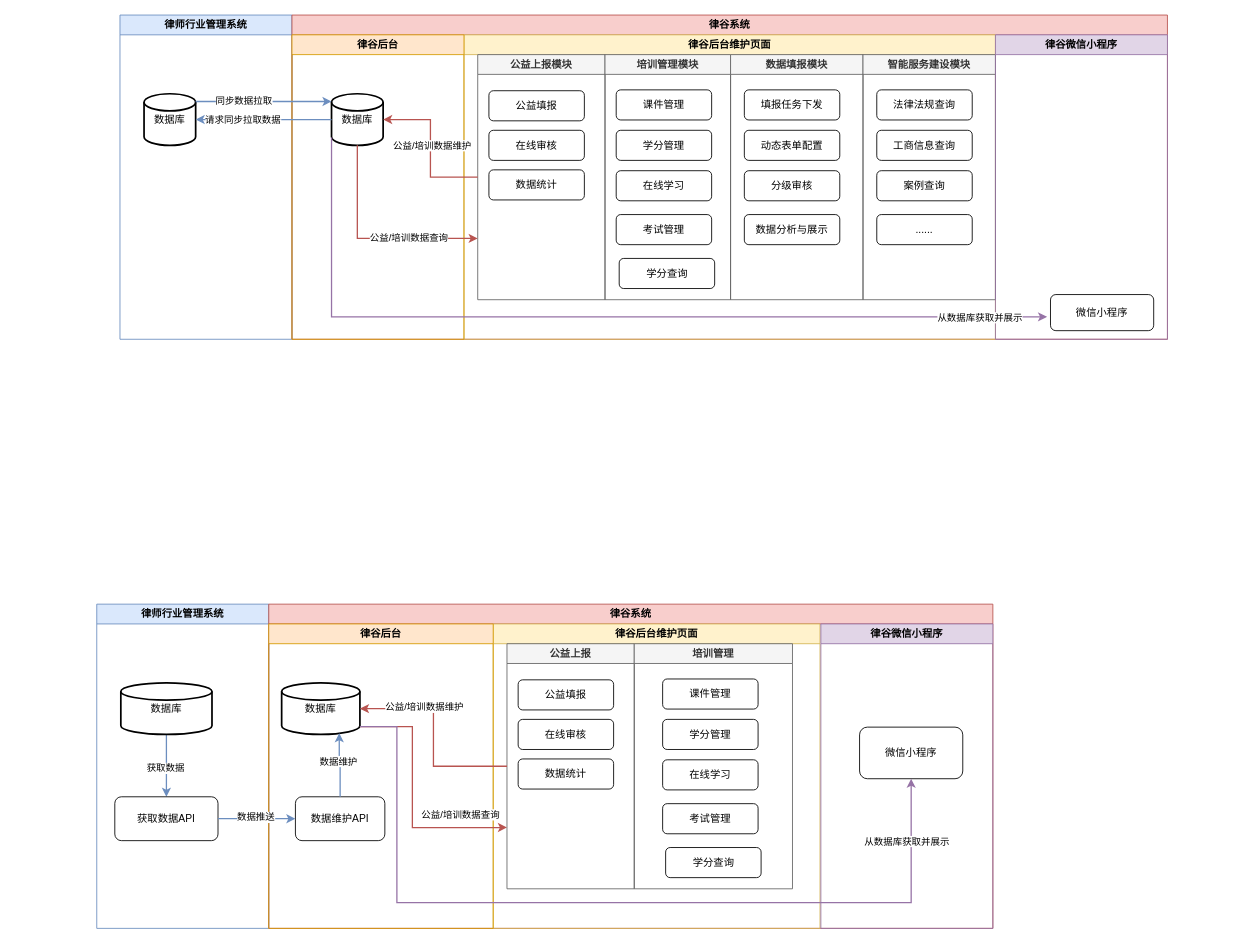
hy986/Repo_0110 keeps this draw.io diagram as 未命名绘图.drawio. Above is the earlier version. Source tidied: cells renumbered, new cells numbered last; positions are measured from the earlier drawing's top-left corner, leaving out a move shared by most shapes. Both pictures are drawn from the tidied source at 86%, with x=0, y=0 at pixel (96, 15).
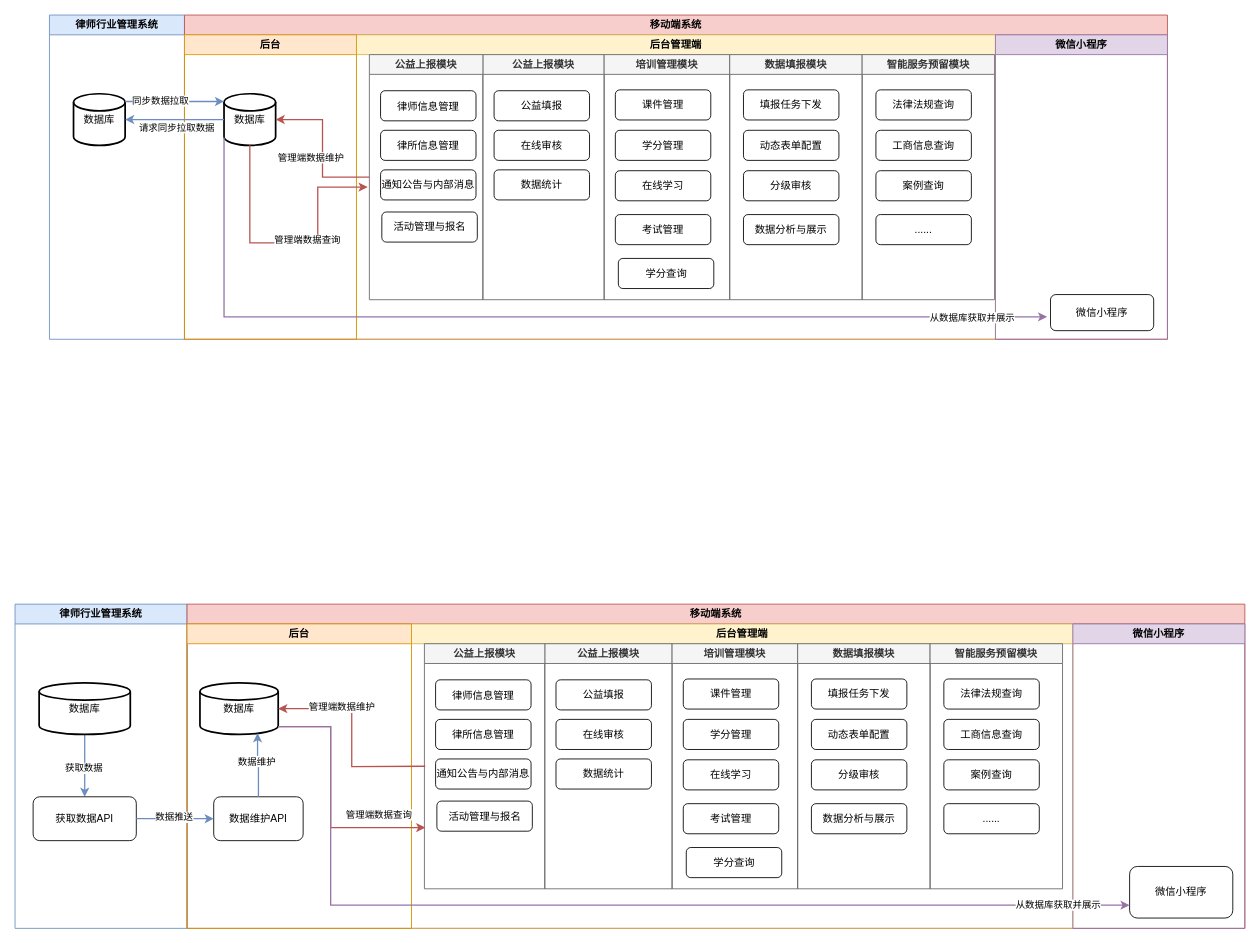
The same page after the edit.

Commit message:
更新未命名绘图.drawio

Unchanged cells that the change refers to:
```xml
<mxCell id="27" value="数据库" style="strokeWidth=2;html=1;shape=mxgraph.flowchart.database;whiteSpace=wrap;" parent="26" vertex="1">
  <mxGeometry x="46" y="68.5" width="60" height="60" as="geometry" />
</mxCell>
<mxCell id="36" style="edgeStyle=orthogonalEdgeStyle;rounded=0;jettySize=auto;html=1;exitX=0;exitY=0.5;exitDx=0;exitDy=0;exitPerimeter=0;strokeWidth=1.5;fillColor=#dae8fc;strokeColor=#6c8ebf;" parent="1" edge="1" source="27" target="3">
  <mxGeometry relative="1" as="geometry" />
</mxCell>
<mxCell id="58" value="数据库" style="strokeWidth=2;html=1;shape=mxgraph.flowchart.database;whiteSpace=wrap;" parent="57" vertex="1">
  <mxGeometry x="15" y="68.5" width="91" height="60" as="geometry" />
</mxCell>
```

The edit, as a diff of the source:
```diff
@@
     <mxCell id="2" value="律师行业管理系统" style="swimlane;whiteSpace=wrap;html=1;fillColor=#dae8fc;strokeColor=#6c8ebf;" parent="1" vertex="1">
-      <mxGeometry x="27" width="200" height="377" as="geometry" />
+      <mxGeometry x="-55" width="157" height="377" as="geometry" />
     </mxCell>
@@
-    <mxCell id="4" value="律谷系统" style="swimlane;whiteSpace=wrap;html=1;fillColor=#f8cecc;strokeColor=#b85450;" parent="1" vertex="1">
-      <mxGeometry x="227" width="1018" height="377" as="geometry" />
+    <mxCell id="4" value="移动端系统" style="swimlane;whiteSpace=wrap;html=1;fillColor=#f8cecc;strokeColor=#b85450;startSize=23;" parent="1" vertex="1">
+      <mxGeometry x="102" width="1143" height="377" as="geometry" />
     </mxCell>
-    <mxCell id="5" value="律谷后台维护页面" style="swimlane;whiteSpace=wrap;html=1;fillColor=#fff2cc;strokeColor=#d6b656;" parent="4" vertex="1">
-      <mxGeometry x="200" y="23" width="618" height="354" as="geometry" />
+    <mxCell id="5" value="后台管理端" style="swimlane;whiteSpace=wrap;html=1;fillColor=#fff2cc;strokeColor=#d6b656;" parent="4" vertex="1">
+      <mxGeometry x="200" y="23" width="743" height="354" as="geometry" />
     </mxCell>
     <mxCell id="6" value="公益上报模块" style="swimlane;whiteSpace=wrap;html=1;fillColor=#f5f5f5;fontColor=#333333;strokeColor=#666666;" parent="5" vertex="1">
-      <mxGeometry x="16" y="23" width="148" height="285" as="geometry" />
+      <mxGeometry x="147" y="23" width="141" height="285" as="geometry" />
     </mxCell>
@@
     <mxCell id="10" value="培训管理模块" style="swimlane;whiteSpace=wrap;html=1;fillColor=#f5f5f5;fontColor=#333333;strokeColor=#666666;" parent="5" vertex="1">
-      <mxGeometry x="164" y="23" width="146" height="285" as="geometry" />
+      <mxGeometry x="288" y="23" width="146" height="285" as="geometry" />
     </mxCell>
@@
     <mxCell id="16" value="数据填报模块" style="swimlane;whiteSpace=wrap;html=1;fillColor=#f5f5f5;fontColor=#333333;strokeColor=#666666;" parent="5" vertex="1">
-      <mxGeometry x="310" y="23" width="154" height="285" as="geometry" />
+      <mxGeometry x="434" y="23" width="154" height="285" as="geometry" />
     </mxCell>
@@
-    <mxCell id="21" value="智能服务建设模块" style="swimlane;whiteSpace=wrap;html=1;fillColor=#f5f5f5;fontColor=#333333;strokeColor=#666666;" parent="5" vertex="1">
-      <mxGeometry x="464" y="23" width="154" height="285" as="geometry" />
+    <mxCell id="21" value="智能服务预留模块" style="swimlane;whiteSpace=wrap;html=1;fillColor=#f5f5f5;fontColor=#333333;strokeColor=#666666;" parent="5" vertex="1">
+      <mxGeometry x="588" y="23" width="154" height="285" as="geometry" />
     </mxCell>
@@
+    <mxCell id="72" value="公益上报模块" style="swimlane;whiteSpace=wrap;html=1;fillColor=#f5f5f5;fontColor=#333333;strokeColor=#666666;" parent="5" vertex="1">
+      <mxGeometry x="15" y="23" width="132" height="285" as="geometry" />
+    </mxCell>
+    <mxCell id="73" value="&lt;div style=&quot;font-size: medium; text-align: start;&quot;&gt;&lt;/div&gt;&lt;div class=&quot;document&quot; style=&quot;text-align: start;&quot;&gt;&lt;div class=&quot;section&quot; style=&quot;&quot;&gt;&lt;p class=&quot;paragraph text-align-type-justify MsoNormal&quot; style=&quot;margin: 3pt 0pt; text-align: justify; font-family: 等线;&quot;&gt;&lt;span style=&quot;font-family: 微软雅黑; letter-spacing: 0pt; vertical-align: baseline;&quot;&gt;&lt;font&gt;律师信息管理&lt;/font&gt;&lt;/span&gt;&lt;font color=&quot;rgba(0, 0, 0, 0)&quot;&gt;&lt;span lang=&quot;EN-US&quot; style=&quot;font-family: 微软雅黑; color: rgb(51, 51, 51); vertical-align: baseline; font-size: 11pt; letter-spacing: 0pt;&quot;&gt;&lt;/span&gt;&lt;/font&gt;&lt;/p&gt;&lt;/div&gt;&lt;/div&gt;" style="rounded=1;whiteSpace=wrap;html=1;" parent="72" vertex="1">
+      <mxGeometry x="13" y="42" width="111" height="35" as="geometry" />
+    </mxCell>
+    <mxCell id="74" value="律所信息管理" style="rounded=1;whiteSpace=wrap;html=1;" parent="72" vertex="1">
+      <mxGeometry x="13" y="88" width="111" height="35" as="geometry" />
+    </mxCell>
+    <mxCell id="75" value="通知公告与内部消息" style="rounded=1;whiteSpace=wrap;html=1;" parent="72" vertex="1">
+      <mxGeometry x="13" y="134" width="111" height="35" as="geometry" />
+    </mxCell>
+    <mxCell id="76" value="活动管理与报名" style="rounded=1;whiteSpace=wrap;html=1;" parent="72" vertex="1">
+      <mxGeometry x="14.5" y="183" width="111" height="35" as="geometry" />
+    </mxCell>
-    <mxCell id="26" value="律谷后台" style="swimlane;whiteSpace=wrap;html=1;fillColor=#ffe6cc;strokeColor=#d79b00;" parent="4" vertex="1">
+    <mxCell id="26" value="后台" style="swimlane;whiteSpace=wrap;html=1;fillColor=#ffe6cc;strokeColor=#d79b00;" parent="4" vertex="1">
       <mxGeometry y="23" width="200" height="354" as="geometry" />
     </mxCell>
@@
+    <mxCell id="32" style="edgeStyle=orthogonalEdgeStyle;rounded=0;jettySize=auto;html=1;exitX=0.5;exitY=1;exitDx=0;exitDy=0;exitPerimeter=0;strokeWidth=1.5;fillColor=#f8cecc;strokeColor=#b85450;" parent="26" edge="1" source="27">
+      <mxGeometry relative="1" as="geometry">
+        <mxPoint x="213" y="177" as="targetPoint" />
+        <Array as="points">
+          <mxPoint x="76" y="242" />
+          <mxPoint x="155" y="242" />
+          <mxPoint x="155" y="177" />
+        </Array>
+      </mxGeometry>
+    </mxCell>
+    <mxCell id="33" value="管理端数据查询" style="edgeLabel;html=1;align=center;verticalAlign=middle;" parent="32" vertex="1">
+      <mxGeometry x="0.16" y="1" relative="1" as="geometry">
+        <mxPoint x="-3" y="-3" as="offset" />
+      </mxGeometry>
+    </mxCell>
-    <mxCell id="28" value="律谷微信小程序" style="swimlane;whiteSpace=wrap;html=1;fillColor=#e1d5e7;strokeColor=#9673a6;" parent="4" vertex="1">
-      <mxGeometry x="818" y="23" width="200" height="354" as="geometry" />
+    <mxCell id="28" value="微信小程序" style="swimlane;whiteSpace=wrap;html=1;fillColor=#e1d5e7;strokeColor=#9673a6;" parent="4" vertex="1">
+      <mxGeometry x="943" y="23" width="200" height="354" as="geometry" />
     </mxCell>
@@
-    <mxCell id="30" style="edgeStyle=orthogonalEdgeStyle;rounded=0;jettySize=auto;html=1;exitX=0;exitY=0.5;exitDx=0;exitDy=0;entryX=1;entryY=0.5;entryDx=0;entryDy=0;entryPerimeter=0;fillColor=#f8cecc;strokeColor=#b85450;strokeWidth=1.5;" parent="4" edge="1" source="6" target="27">
+    <mxCell id="30" style="edgeStyle=orthogonalEdgeStyle;rounded=0;jettySize=auto;html=1;exitX=0;exitY=0.5;exitDx=0;exitDy=0;entryX=1;entryY=0.5;entryDx=0;entryDy=0;entryPerimeter=0;fillColor=#f8cecc;strokeColor=#b85450;strokeWidth=1.5;" parent="4" edge="1" source="72" target="27">
       <mxGeometry relative="1" as="geometry" />
     </mxCell>
-    <mxCell id="31" value="公益/培训数据维护" style="edgeLabel;html=1;align=center;verticalAlign=middle;" parent="30" vertex="1">
+    <mxCell id="31" value="管理端数据维护" style="edgeLabel;html=1;align=center;verticalAlign=middle;" parent="30" vertex="1">
       <mxGeometry x="0.7" y="-4" relative="1" as="geometry">
-        <mxPoint x="29" y="34" as="offset" />
+        <mxPoint x="14" y="48" as="offset" />
       </mxGeometry>
     </mxCell>
-    <mxCell id="32" style="edgeStyle=orthogonalEdgeStyle;rounded=0;jettySize=auto;html=1;exitX=0.5;exitY=1;exitDx=0;exitDy=0;exitPerimeter=0;entryX=0;entryY=0.75;entryDx=0;entryDy=0;strokeWidth=1.5;fillColor=#f8cecc;strokeColor=#b85450;" parent="4" edge="1" source="27" target="6">
-      <mxGeometry relative="1" as="geometry" />
-    </mxCell>
-    <mxCell id="33" value="公益/培训数据查询" style="edgeLabel;html=1;align=center;verticalAlign=middle;" parent="32" vertex="1">
-      <mxGeometry x="0.16" y="1" relative="1" as="geometry">
-        <mxPoint x="24" as="offset" />
-      </mxGeometry>
-    </mxCell>
@@
     <mxCell id="37" value="请求同步拉取数据" style="edgeLabel;html=1;align=center;verticalAlign=middle;" parent="36" vertex="1">
-      <mxGeometry x="0.32" relative="1" as="geometry" />
+      <mxGeometry x="0.32" relative="1" as="geometry">
+        <mxPoint x="20" y="9" as="offset" />
+      </mxGeometry>
     </mxCell>
@@
     <mxCell id="40" value="律师行业管理系统" style="swimlane;whiteSpace=wrap;html=1;fillColor=#dae8fc;strokeColor=#6c8ebf;" parent="1" vertex="1">
-      <mxGeometry y="685" width="200" height="377" as="geometry" />
+      <mxGeometry x="-95" y="685" width="200" height="377" as="geometry" />
     </mxCell>
@@
-    <mxCell id="45" value="律谷系统" style="swimlane;whiteSpace=wrap;html=1;fillColor=#f8cecc;strokeColor=#b85450;" parent="1" vertex="1">
-      <mxGeometry x="200" y="685" width="842" height="377" as="geometry" />
+    <mxCell id="45" value="移动端系统" style="swimlane;whiteSpace=wrap;html=1;fillColor=#f8cecc;strokeColor=#b85450;" parent="1" vertex="1">
+      <mxGeometry x="105" y="685" width="1230" height="377" as="geometry" />
     </mxCell>
-    <mxCell id="46" value="律谷后台维护页面" style="swimlane;whiteSpace=wrap;html=1;fillColor=#fff2cc;strokeColor=#d6b656;" parent="45" vertex="1">
-      <mxGeometry x="261" y="23" width="380" height="354" as="geometry" />
+    <mxCell id="46" value="后台管理端" style="swimlane;whiteSpace=wrap;html=1;fillColor=#fff2cc;strokeColor=#d6b656;" parent="45" vertex="1">
+      <mxGeometry x="261" y="23" width="769" height="354" as="geometry" />
     </mxCell>
-    <mxCell id="47" value="公益上报" style="swimlane;whiteSpace=wrap;html=1;fillColor=#f5f5f5;fontColor=#333333;strokeColor=#666666;" parent="46" vertex="1">
-      <mxGeometry x="16" y="23" width="148" height="285" as="geometry" />
-    </mxCell>
+    <mxCell id="77" value="公益上报模块" style="swimlane;whiteSpace=wrap;html=1;fillColor=#f5f5f5;fontColor=#333333;strokeColor=#666666;" parent="46" vertex="1">
+      <mxGeometry x="155" y="23" width="148" height="285" as="geometry" />
+    </mxCell>
-    <mxCell id="48" value="公益填报" style="rounded=1;whiteSpace=wrap;html=1;" parent="47" vertex="1">
+    <mxCell id="48" value="公益填报" style="rounded=1;whiteSpace=wrap;html=1;" parent="77" vertex="1">
       <mxGeometry x="13" y="42" width="111" height="35" as="geometry" />
     </mxCell>
-    <mxCell id="49" value="在线审核" style="rounded=1;whiteSpace=wrap;html=1;" parent="47" vertex="1">
+    <mxCell id="49" value="在线审核" style="rounded=1;whiteSpace=wrap;html=1;" parent="77" vertex="1">
       <mxGeometry x="13" y="88" width="111" height="35" as="geometry" />
     </mxCell>
-    <mxCell id="50" value="数据统计" style="rounded=1;whiteSpace=wrap;html=1;" parent="47" vertex="1">
+    <mxCell id="50" value="数据统计" style="rounded=1;whiteSpace=wrap;html=1;" parent="77" vertex="1">
       <mxGeometry x="13" y="134" width="111" height="35" as="geometry" />
     </mxCell>
-    <mxCell id="51" value="培训管理" style="swimlane;whiteSpace=wrap;html=1;fillColor=#f5f5f5;fontColor=#333333;strokeColor=#666666;" parent="46" vertex="1">
-      <mxGeometry x="164" y="23" width="184" height="285" as="geometry" />
-    </mxCell>
+    <mxCell id="78" value="培训管理模块" style="swimlane;whiteSpace=wrap;html=1;fillColor=#f5f5f5;fontColor=#333333;strokeColor=#666666;" parent="46" vertex="1">
+      <mxGeometry x="303" y="23" width="146" height="285" as="geometry" />
+    </mxCell>
-    <mxCell id="52" value="课件管理" style="rounded=1;whiteSpace=wrap;html=1;" parent="51" vertex="1">
-      <mxGeometry x="33" y="41" width="111" height="35" as="geometry" />
+    <mxCell id="52" value="课件管理" style="rounded=1;whiteSpace=wrap;html=1;" parent="78" vertex="1">
+      <mxGeometry x="13" y="41" width="111" height="35" as="geometry" />
     </mxCell>
-    <mxCell id="53" value="学分管理" style="rounded=1;whiteSpace=wrap;html=1;" parent="51" vertex="1">
-      <mxGeometry x="33" y="88" width="111" height="35" as="geometry" />
+    <mxCell id="53" value="学分管理" style="rounded=1;whiteSpace=wrap;html=1;" parent="78" vertex="1">
+      <mxGeometry x="13" y="88" width="111" height="35" as="geometry" />
     </mxCell>
-    <mxCell id="54" value="在线学习" style="rounded=1;whiteSpace=wrap;html=1;" parent="51" vertex="1">
-      <mxGeometry x="33" y="135" width="111" height="35" as="geometry" />
+    <mxCell id="54" value="在线学习" style="rounded=1;whiteSpace=wrap;html=1;" parent="78" vertex="1">
+      <mxGeometry x="13" y="135" width="111" height="35" as="geometry" />
     </mxCell>
-    <mxCell id="55" value="考试管理" style="rounded=1;whiteSpace=wrap;html=1;" parent="51" vertex="1">
-      <mxGeometry x="33" y="186" width="111" height="35" as="geometry" />
+    <mxCell id="55" value="考试管理" style="rounded=1;whiteSpace=wrap;html=1;" parent="78" vertex="1">
+      <mxGeometry x="13" y="186" width="111" height="35" as="geometry" />
     </mxCell>
-    <mxCell id="56" value="学分查询" style="rounded=1;whiteSpace=wrap;html=1;" parent="51" vertex="1">
-      <mxGeometry x="36.5" y="237" width="111" height="35" as="geometry" />
+    <mxCell id="56" value="学分查询" style="rounded=1;whiteSpace=wrap;html=1;" parent="78" vertex="1">
+      <mxGeometry x="16.5" y="237" width="111" height="35" as="geometry" />
     </mxCell>
+    <mxCell id="79" value="数据填报模块" style="swimlane;whiteSpace=wrap;html=1;fillColor=#f5f5f5;fontColor=#333333;strokeColor=#666666;" parent="46" vertex="1">
+      <mxGeometry x="449" y="23" width="154" height="285" as="geometry" />
+    </mxCell>
+    <mxCell id="80" value="填报任务下发" style="rounded=1;whiteSpace=wrap;html=1;" parent="79" vertex="1">
+      <mxGeometry x="16" y="41" width="111" height="35" as="geometry" />
+    </mxCell>
+    <mxCell id="81" value="动态表单配置" style="rounded=1;whiteSpace=wrap;html=1;" parent="79" vertex="1">
+      <mxGeometry x="16" y="88" width="111" height="35" as="geometry" />
+    </mxCell>
+    <mxCell id="82" value="分级审核" style="rounded=1;whiteSpace=wrap;html=1;" parent="79" vertex="1">
+      <mxGeometry x="16" y="135" width="111" height="35" as="geometry" />
+    </mxCell>
+    <mxCell id="83" value="数据分析与展示" style="rounded=1;whiteSpace=wrap;html=1;" parent="79" vertex="1">
+      <mxGeometry x="16" y="186" width="111" height="35" as="geometry" />
+    </mxCell>
+    <mxCell id="84" value="智能服务预留模块" style="swimlane;whiteSpace=wrap;html=1;fillColor=#f5f5f5;fontColor=#333333;strokeColor=#666666;" parent="46" vertex="1">
+      <mxGeometry x="603" y="23" width="154" height="285" as="geometry" />
+    </mxCell>
+    <mxCell id="85" value="法律法规查询" style="rounded=1;whiteSpace=wrap;html=1;" parent="84" vertex="1">
+      <mxGeometry x="16" y="41" width="111" height="35" as="geometry" />
+    </mxCell>
+    <mxCell id="86" value="工商信息查询" style="rounded=1;whiteSpace=wrap;html=1;" parent="84" vertex="1">
+      <mxGeometry x="16" y="88" width="111" height="35" as="geometry" />
+    </mxCell>
+    <mxCell id="87" value="案例查询" style="rounded=1;whiteSpace=wrap;html=1;" parent="84" vertex="1">
+      <mxGeometry x="16" y="135" width="111" height="35" as="geometry" />
+    </mxCell>
+    <mxCell id="88" value="......" style="rounded=1;whiteSpace=wrap;html=1;" parent="84" vertex="1">
+      <mxGeometry x="16" y="186" width="111" height="35" as="geometry" />
+    </mxCell>
+    <mxCell id="89" value="公益上报模块" style="swimlane;whiteSpace=wrap;html=1;fillColor=#f5f5f5;fontColor=#333333;strokeColor=#666666;" parent="46" vertex="1">
+      <mxGeometry x="15" y="23" width="140" height="285" as="geometry" />
+    </mxCell>
+    <mxCell id="90" value="&lt;div style=&quot;font-size: medium; text-align: start;&quot;&gt;&lt;/div&gt;&lt;div class=&quot;document&quot; style=&quot;text-align: start;&quot;&gt;&lt;div class=&quot;section&quot; style=&quot;&quot;&gt;&lt;p class=&quot;paragraph text-align-type-justify MsoNormal&quot; style=&quot;margin: 3pt 0pt; text-align: justify; font-family: 等线;&quot;&gt;&lt;span style=&quot;font-family: 微软雅黑; letter-spacing: 0pt; vertical-align: baseline;&quot;&gt;&lt;font&gt;律师信息管理&lt;/font&gt;&lt;/span&gt;&lt;font color=&quot;rgba(0, 0, 0, 0)&quot;&gt;&lt;span lang=&quot;EN-US&quot; style=&quot;font-family: 微软雅黑; color: rgb(51, 51, 51); vertical-align: baseline; font-size: 11pt; letter-spacing: 0pt;&quot;&gt;&lt;/span&gt;&lt;/font&gt;&lt;/p&gt;&lt;/div&gt;&lt;/div&gt;" style="rounded=1;whiteSpace=wrap;html=1;" parent="89" vertex="1">
+      <mxGeometry x="13" y="42" width="111" height="35" as="geometry" />
+    </mxCell>
+    <mxCell id="91" value="律所信息管理" style="rounded=1;whiteSpace=wrap;html=1;" parent="89" vertex="1">
+      <mxGeometry x="13" y="88" width="111" height="35" as="geometry" />
+    </mxCell>
+    <mxCell id="92" value="通知公告与内部消息" style="rounded=1;whiteSpace=wrap;html=1;" parent="89" vertex="1">
+      <mxGeometry x="13" y="134" width="111" height="35" as="geometry" />
+    </mxCell>
+    <mxCell id="93" value="活动管理与报名" style="rounded=1;whiteSpace=wrap;html=1;" parent="89" vertex="1">
+      <mxGeometry x="14.5" y="183" width="111" height="35" as="geometry" />
+    </mxCell>
-    <mxCell id="57" value="律谷后台" style="swimlane;whiteSpace=wrap;html=1;fillColor=#ffe6cc;strokeColor=#d79b00;" parent="45" vertex="1">
+    <mxCell id="57" value="后台" style="swimlane;whiteSpace=wrap;html=1;fillColor=#ffe6cc;strokeColor=#d79b00;" parent="45" vertex="1">
       <mxGeometry y="23" width="261" height="354" as="geometry" />
     </mxCell>
@@
-    <mxCell id="62" value="律谷微信小程序" style="swimlane;whiteSpace=wrap;html=1;fillColor=#e1d5e7;strokeColor=#9673a6;" parent="45" vertex="1">
-      <mxGeometry x="642" y="23" width="200" height="354" as="geometry" />
+    <mxCell id="62" value="微信小程序" style="swimlane;whiteSpace=wrap;html=1;fillColor=#e1d5e7;strokeColor=#9673a6;" parent="45" vertex="1">
+      <mxGeometry x="1030" y="23" width="200" height="354" as="geometry" />
     </mxCell>
     <mxCell id="63" value="微信小程序" style="rounded=1;whiteSpace=wrap;html=1;" parent="62" vertex="1">
-      <mxGeometry x="45" y="120" width="120" height="60" as="geometry" />
+      <mxGeometry x="66" y="282" width="120" height="60" as="geometry" />
     </mxCell>
-    <mxCell id="64" style="edgeStyle=orthogonalEdgeStyle;rounded=0;jettySize=auto;html=1;exitX=0;exitY=0.5;exitDx=0;exitDy=0;entryX=1;entryY=0.5;entryDx=0;entryDy=0;entryPerimeter=0;fillColor=#f8cecc;strokeColor=#b85450;strokeWidth=1.5;" parent="45" edge="1" source="47" target="58">
-      <mxGeometry relative="1" as="geometry" />
+    <mxCell id="64" style="edgeStyle=orthogonalEdgeStyle;rounded=0;jettySize=auto;html=1;exitX=0;exitY=0.5;exitDx=0;exitDy=0;entryX=1;entryY=0.5;entryDx=0;entryDy=0;entryPerimeter=0;fillColor=#f8cecc;strokeColor=#b85450;strokeWidth=1.5;" parent="45" edge="1" target="58">
+      <mxGeometry relative="1" as="geometry">
+        <mxPoint x="277" y="188.5" as="sourcePoint" />
+      </mxGeometry>
     </mxCell>
-    <mxCell id="65" value="公益/培训数据维护" style="edgeLabel;html=1;align=center;verticalAlign=middle;" parent="64" vertex="1">
+    <mxCell id="65" value="管理端数据维护" style="edgeLabel;html=1;align=center;verticalAlign=middle;" parent="64" vertex="1">
       <mxGeometry x="0.7" y="-4" relative="1" as="geometry">
         <mxPoint x="38" y="2" as="offset" />
       </mxGeometry>
     </mxCell>
-    <mxCell id="66" style="edgeStyle=orthogonalEdgeStyle;rounded=0;jettySize=auto;html=1;exitX=1;exitY=0.85;exitDx=0;exitDy=0;exitPerimeter=0;entryX=0;entryY=0.75;entryDx=0;entryDy=0;strokeWidth=1.5;fillColor=#f8cecc;strokeColor=#b85450;" parent="45" edge="1" source="58" target="47">
+    <mxCell id="66" style="edgeStyle=orthogonalEdgeStyle;rounded=0;jettySize=auto;html=1;exitX=1;exitY=0.85;exitDx=0;exitDy=0;exitPerimeter=0;entryX=0;entryY=0.75;entryDx=0;entryDy=0;strokeWidth=1.5;fillColor=#f8cecc;strokeColor=#b85450;" parent="45" edge="1" source="58">
       <mxGeometry relative="1" as="geometry">
+        <mxPoint x="277" y="259.8" as="targetPoint" />
         <Array as="points">
           <mxPoint x="167" y="260" />
         </Array>
       </mxGeometry>
     </mxCell>
-    <mxCell id="67" value="公益/培训数据查询" style="edgeLabel;html=1;align=center;verticalAlign=middle;" parent="66" vertex="1">
+    <mxCell id="67" value="管理端数据查询" style="edgeLabel;html=1;align=center;verticalAlign=middle;" parent="66" vertex="1">
       <mxGeometry x="0.16" y="1" relative="1" as="geometry">
         <mxPoint x="54" y="-4" as="offset" />
       </mxGeometry>
     </mxCell>
-    <mxCell id="68" style="edgeStyle=orthogonalEdgeStyle;rounded=0;jettySize=auto;html=1;exitX=1;exitY=0.85;exitDx=0;exitDy=0;exitPerimeter=0;entryX=0.5;entryY=1;entryDx=0;entryDy=0;fillColor=#e1d5e7;strokeColor=#9673a6;strokeWidth=1.5;" parent="45" edge="1" source="58" target="63">
+    <mxCell id="68" style="edgeStyle=orthogonalEdgeStyle;rounded=0;jettySize=auto;html=1;exitX=1;exitY=0.85;exitDx=0;exitDy=0;exitPerimeter=0;entryX=0;entryY=0.75;entryDx=0;entryDy=0;fillColor=#e1d5e7;strokeColor=#9673a6;strokeWidth=1.5;" parent="45" edge="1" source="58" target="63">
       <mxGeometry relative="1" as="geometry">
         <Array as="points">
-          <mxPoint x="149" y="143" />
-          <mxPoint x="149" y="347" />
-          <mxPoint x="747" y="347" />
+          <mxPoint x="167" y="143" />
+          <mxPoint x="167" y="350" />
         </Array>
       </mxGeometry>
     </mxCell>
-    <mxCell id="69" value="从数据库获取并展示" style="edgeLabel;html=1;align=center;verticalAlign=middle;" parent="1" vertex="1">
-      <mxGeometry x="941" y="960" as="geometry" />
+    <mxCell id="69" value="从数据库获取并展示" style="edgeLabel;html=1;align=center;verticalAlign=middle;" parent="45" vertex="1">
+      <mxGeometry x="1012" y="349" as="geometry" />
     </mxCell>
```
